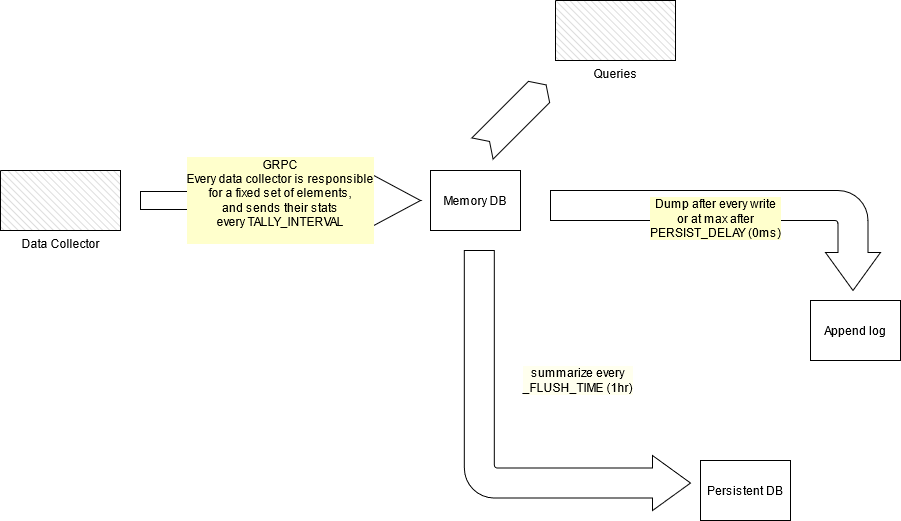
This is images/arch_overview.png from shohamlevy/meteriot, a draw.io export, as it was before one commit. Source tidied: cells renumbered, new cells last; positions are measured from the earlier drawing's top-left corner, leaving out a move shared by most shapes.
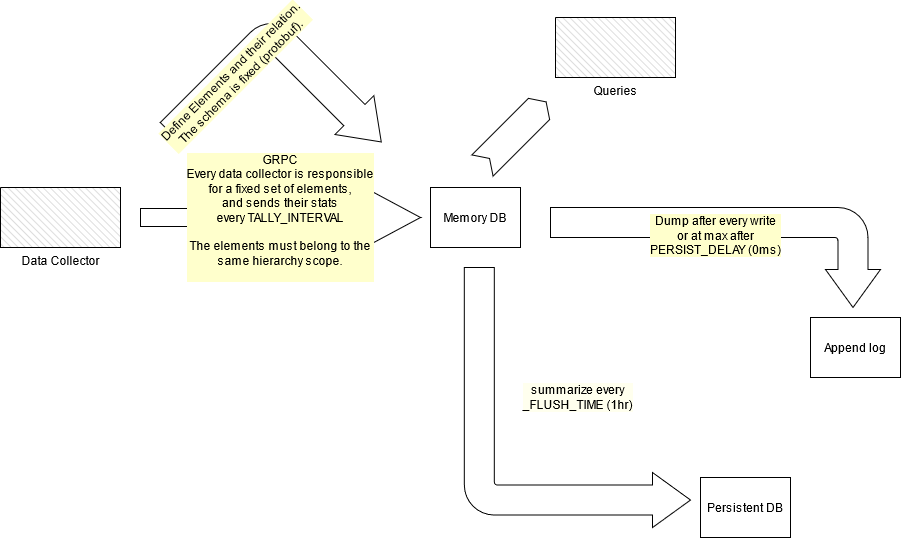
The same diagram one commit later.

Diff of the diagram source:
```diff
@@ -17,7 +17,7 @@
     <mxCell id="6" value="Data Collector" style="verticalLabelPosition=bottom;verticalAlign=top;html=1;shape=mxgraph.basic.patternFillRect;fillStyle=diagRev;step=5;fillStrokeWidth=0.2;fillStrokeColor=#dddddd;" parent="1" vertex="1">
       <mxGeometry y="170" width="120" height="60" as="geometry" />
     </mxCell>
-    <mxCell id="7" value="&lt;div&gt;GRPC&lt;/div&gt;&lt;div&gt;Every data collector is responsible&lt;/div&gt;&lt;div&gt;for a fixed set of elements,&lt;/div&gt;&lt;div&gt;and sends their stats&lt;/div&gt;&lt;div&gt;every TALLY_INTERVAL&lt;br&gt;&lt;/div&gt;&lt;div&gt;&lt;br&gt;&lt;/div&gt;" style="shape=singleArrow;whiteSpace=wrap;html=1;labelBackgroundColor=#FFFFCC;" parent="1" vertex="1">
+    <mxCell id="7" value="&lt;div&gt;GRPC&lt;/div&gt;&lt;div&gt;Every data collector is responsible&lt;/div&gt;&lt;div&gt;for a fixed set of elements,&lt;/div&gt;&lt;div&gt;and sends their stats&lt;/div&gt;&lt;div&gt;every TALLY_INTERVAL&lt;/div&gt;&lt;div&gt;&lt;br&gt;&lt;/div&gt;&lt;div&gt;The elements must belong to the&lt;/div&gt;&lt;div&gt;same hierarchy scope.&lt;br&gt;&lt;/div&gt;&lt;div&gt;&lt;br&gt;&lt;/div&gt;" style="shape=singleArrow;whiteSpace=wrap;html=1;labelBackgroundColor=#FFFFCC;" parent="1" vertex="1">
       <mxGeometry x="140" y="170" width="280" height="60" as="geometry" />
     </mxCell>
     <mxCell id="8" value="&lt;div&gt;Dump after every write&lt;/div&gt;&lt;div&gt;or at max after&lt;/div&gt;&lt;div&gt;PERSIST_DELAY (0ms)&lt;br&gt;&lt;/div&gt;" style="html=1;shadow=0;dashed=0;align=center;verticalAlign=top;shape=mxgraph.arrows2.bendArrow;dy=15;dx=38;notch=0;arrowHead=55;rounded=1;rotation=90;horizontal=0;labelBackgroundColor=#FFFFCC;" parent="1" vertex="1">
@@ -29,5 +29,8 @@
     <mxCell id="10" style="html=1;shadow=0;dashed=0;align=center;verticalAlign=middle;shape=mxgraph.arrows2.arrow;dy=0;dx=10;notch=10;rotation=-45;" parent="1" vertex="1">
       <mxGeometry x="468.8" y="101.2" width="90" height="30" as="geometry" />
     </mxCell>
+    <mxCell id="11" value="&lt;div&gt;Define Elements and their relation.&lt;/div&gt;&lt;div&gt;The schema is fixed (protobuf).&lt;br&gt;&lt;/div&gt;" style="html=1;shadow=0;dashed=0;align=center;verticalAlign=top;shape=mxgraph.arrows2.bendArrow;dy=15;dx=38;notch=0;arrowHead=55;rounded=1;labelBackgroundColor=#FFFFCC;rotation=45;horizontal=0;" parent="1" vertex="1">
+      <mxGeometry x="195" y="20" width="170" height="170" as="geometry" />
+    </mxCell>
   </root>
 </mxGraphModel>
```
